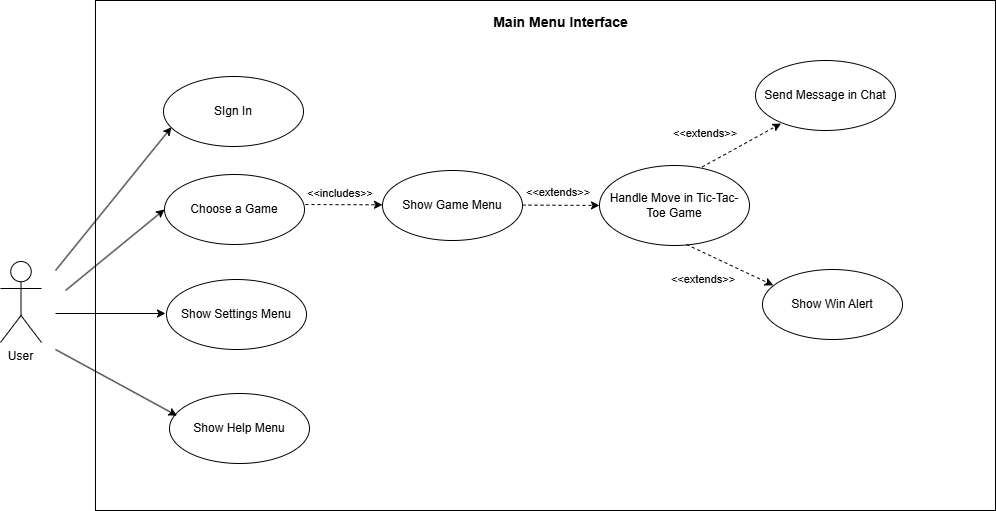
Before: GUI_use_case_diagram.png, a diagram exported from draw.io (aeMyst/Minigame-Portal). Source tidied: cells renumbered, new cells last; positions are measured from the earlier drawing's top-left corner, leaving out a move shared by most shapes. Source of this version:
```xml
<mxGraphModel>
  <root>
    <mxCell id="0" />
    <mxCell id="1" parent="0" />
    <mxCell id="2" style="rounded=0;whiteSpace=wrap;html=1;" parent="1" vertex="1">
      <mxGeometry x="95" width="900" height="510" as="geometry" />
    </mxCell>
    <mxCell id="3" value="User" style="shape=umlActor;verticalLabelPosition=bottom;verticalAlign=top;html=1;" parent="1" vertex="1">
      <mxGeometry y="261" width="41" height="81" as="geometry" />
    </mxCell>
    <mxCell id="4" value="SIgn In" style="ellipse;whiteSpace=wrap;html=1;" parent="1" vertex="1">
      <mxGeometry x="163" y="76" width="140" height="70" as="geometry" />
    </mxCell>
    <mxCell id="5" value="&lt;b&gt;&lt;font style=&quot;font-size: 14px;&quot;&gt;Main Menu Interface&lt;/font&gt;&lt;/b&gt;" style="text;html=1;align=center;verticalAlign=middle;whiteSpace=wrap;rounded=0;" parent="1" vertex="1">
      <mxGeometry x="435" y="7" width="251" height="30" as="geometry" />
    </mxCell>
    <mxCell id="6" value="Choose a Game" style="ellipse;whiteSpace=wrap;html=1;" parent="1" vertex="1">
      <mxGeometry x="164" y="174" width="140" height="70" as="geometry" />
    </mxCell>
    <mxCell id="7" value="Show Game Menu" style="ellipse;whiteSpace=wrap;html=1;" parent="1" vertex="1">
      <mxGeometry x="382" y="170" width="140" height="70" as="geometry" />
    </mxCell>
    <mxCell id="8" value="Show Settings Menu" style="ellipse;whiteSpace=wrap;html=1;" parent="1" vertex="1">
      <mxGeometry x="166" y="279" width="140" height="70" as="geometry" />
    </mxCell>
    <mxCell id="9" value="Show Help Menu" style="ellipse;whiteSpace=wrap;html=1;" parent="1" vertex="1">
      <mxGeometry x="169" y="393" width="140" height="70" as="geometry" />
    </mxCell>
    <mxCell id="10" style="endArrow=classic;html=1;rounded=0;dashed=1;entryX=0;entryY=0.5;entryDx=0;entryDy=0;" parent="1" edge="1">
      <mxGeometry relative="1" as="geometry">
        <mxPoint x="305" y="204" as="sourcePoint" />
        <mxPoint x="382" y="204.3" as="targetPoint" />
      </mxGeometry>
    </mxCell>
    <mxCell id="11" value="&lt;font style=&quot;font-size: 11px;&quot;&gt;&amp;lt;&amp;lt;includes&amp;gt;&amp;gt;&lt;/font&gt;" style="text;html=1;align=center;verticalAlign=middle;whiteSpace=wrap;rounded=0;" parent="1" vertex="1">
      <mxGeometry x="310" y="180" width="60" height="26" as="geometry" />
    </mxCell>
    <mxCell id="12" value="Handle Move in Tic-Tac-Toe Game" style="ellipse;whiteSpace=wrap;html=1;" parent="1" vertex="1">
      <mxGeometry x="599" y="165" width="150" height="80" as="geometry" />
    </mxCell>
    <mxCell id="13" value="Show Win Alert" style="ellipse;whiteSpace=wrap;html=1;" parent="1" vertex="1">
      <mxGeometry x="762" y="269" width="140" height="70" as="geometry" />
    </mxCell>
    <mxCell id="14" value="Send Message in Chat" style="ellipse;whiteSpace=wrap;html=1;" parent="1" vertex="1">
      <mxGeometry x="755" y="60" width="140" height="70" as="geometry" />
    </mxCell>
    <mxCell id="15" style="endArrow=classic;html=1;rounded=0;entryX=0.057;entryY=0.724;entryDx=0;entryDy=0;entryPerimeter=0;" parent="1" edge="1" target="4">
      <mxGeometry relative="1" as="geometry">
        <mxPoint x="55" y="270" as="sourcePoint" />
      </mxGeometry>
    </mxCell>
    <mxCell id="16" style="endArrow=classic;html=1;rounded=0;entryX=0;entryY=0.5;entryDx=0;entryDy=0;" parent="1" edge="1" target="6">
      <mxGeometry relative="1" as="geometry">
        <mxPoint x="65" y="290" as="sourcePoint" />
      </mxGeometry>
    </mxCell>
    <mxCell id="17" style="endArrow=classic;html=1;rounded=0;entryX=0;entryY=0.5;entryDx=0;entryDy=0;" parent="1" edge="1">
      <mxGeometry relative="1" as="geometry">
        <mxPoint x="55" y="313" as="sourcePoint" />
        <mxPoint x="165" y="313" as="targetPoint" />
      </mxGeometry>
    </mxCell>
    <mxCell id="18" style="endArrow=classic;html=1;rounded=0;entryX=0.054;entryY=0.317;entryDx=0;entryDy=0;entryPerimeter=0;" parent="1" edge="1" target="9">
      <mxGeometry relative="1" as="geometry">
        <mxPoint x="55" y="349" as="sourcePoint" />
      </mxGeometry>
    </mxCell>
    <mxCell id="19" style="endArrow=classic;html=1;rounded=0;dashed=1;entryX=0;entryY=0.5;entryDx=0;entryDy=0;" parent="1" edge="1">
      <mxGeometry relative="1" as="geometry">
        <mxPoint x="522" y="204.6" as="sourcePoint" />
        <mxPoint x="599" y="204.9" as="targetPoint" />
      </mxGeometry>
    </mxCell>
    <mxCell id="20" value="&lt;font style=&quot;font-size: 11px;&quot;&gt;&amp;lt;&amp;lt;extends&amp;gt;&amp;gt;&lt;/font&gt;" style="text;html=1;align=center;verticalAlign=middle;whiteSpace=wrap;rounded=0;" parent="1" vertex="1">
      <mxGeometry x="528" y="179" width="60" height="26" as="geometry" />
    </mxCell>
    <mxCell id="21" style="endArrow=classic;html=1;rounded=0;dashed=1;entryX=0.211;entryY=0.872;entryDx=0;entryDy=0;entryPerimeter=0;exitX=0.685;exitY=0.018;exitDx=0;exitDy=0;exitPerimeter=0;" parent="1" edge="1" source="12">
      <mxGeometry relative="1" as="geometry">
        <mxPoint x="780.5" y="123" as="targetPoint" />
      </mxGeometry>
    </mxCell>
    <mxCell id="22" style="endArrow=classic;html=1;rounded=0;dashed=1;entryX=0.077;entryY=0.226;entryDx=0;entryDy=0;entryPerimeter=0;exitX=0.685;exitY=0.018;exitDx=0;exitDy=0;exitPerimeter=0;" parent="1" edge="1" target="13">
      <mxGeometry relative="1" as="geometry">
        <mxPoint x="686" y="244" as="sourcePoint" />
      </mxGeometry>
    </mxCell>
    <mxCell id="23" value="&lt;font style=&quot;font-size: 11px;&quot;&gt;&amp;lt;&amp;lt;extends&amp;gt;&amp;gt;&lt;/font&gt;" style="text;html=1;align=center;verticalAlign=middle;whiteSpace=wrap;rounded=0;" parent="1" vertex="1">
      <mxGeometry x="675" y="120" width="60" height="26" as="geometry" />
    </mxCell>
    <mxCell id="24" value="&lt;font style=&quot;font-size: 11px;&quot;&gt;&amp;lt;&amp;lt;extends&amp;gt;&amp;gt;&lt;/font&gt;" style="text;html=1;align=center;verticalAlign=middle;whiteSpace=wrap;rounded=0;" parent="1" vertex="1">
      <mxGeometry x="673" y="266" width="60" height="26" as="geometry" />
    </mxCell>
  </root>
</mxGraphModel>
```
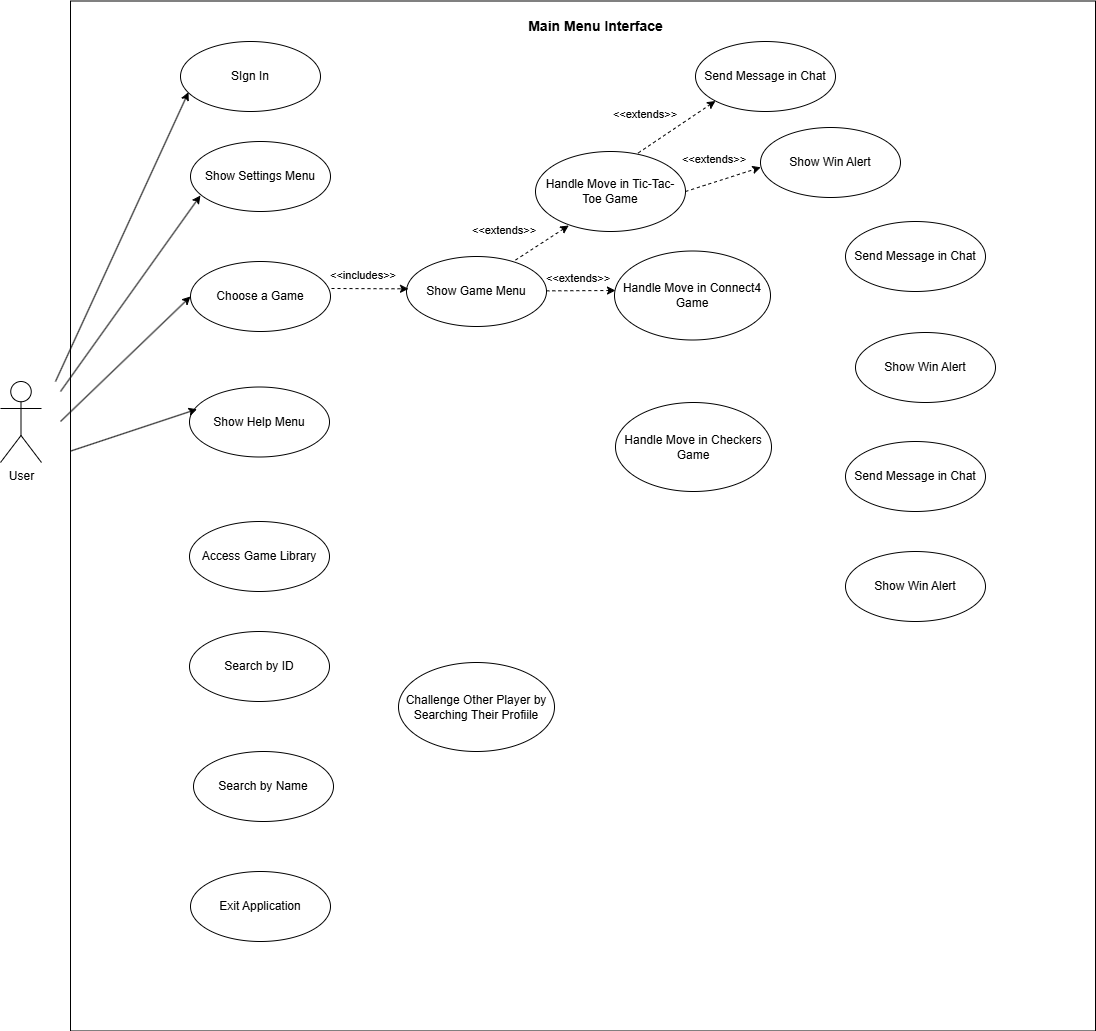
After the change.

Diff of the diagram source:
```diff
@@ -3,92 +3,128 @@
     <mxCell id="0" />
     <mxCell id="1" parent="0" />
     <mxCell id="2" style="rounded=0;whiteSpace=wrap;html=1;" parent="1" vertex="1">
-      <mxGeometry x="95" width="900" height="510" as="geometry" />
+      <mxGeometry x="285" y="-140.5" width="1025" height="1030" as="geometry" />
     </mxCell>
     <mxCell id="3" value="User" style="shape=umlActor;verticalLabelPosition=bottom;verticalAlign=top;html=1;" parent="1" vertex="1">
-      <mxGeometry y="261" width="41" height="81" as="geometry" />
+      <mxGeometry x="215" y="240" width="41" height="81" as="geometry" />
     </mxCell>
     <mxCell id="4" value="SIgn In" style="ellipse;whiteSpace=wrap;html=1;" parent="1" vertex="1">
-      <mxGeometry x="163" y="76" width="140" height="70" as="geometry" />
+      <mxGeometry x="395" y="-100" width="140" height="70" as="geometry" />
     </mxCell>
     <mxCell id="5" value="&lt;b&gt;&lt;font style=&quot;font-size: 14px;&quot;&gt;Main Menu Interface&lt;/font&gt;&lt;/b&gt;" style="text;html=1;align=center;verticalAlign=middle;whiteSpace=wrap;rounded=0;" parent="1" vertex="1">
-      <mxGeometry x="435" y="7" width="251" height="30" as="geometry" />
+      <mxGeometry x="685" y="-130" width="251" height="30" as="geometry" />
     </mxCell>
     <mxCell id="6" value="Choose a Game" style="ellipse;whiteSpace=wrap;html=1;" parent="1" vertex="1">
-      <mxGeometry x="164" y="174" width="140" height="70" as="geometry" />
+      <mxGeometry x="405" y="120" width="140" height="70" as="geometry" />
     </mxCell>
     <mxCell id="7" value="Show Game Menu" style="ellipse;whiteSpace=wrap;html=1;" parent="1" vertex="1">
-      <mxGeometry x="382" y="170" width="140" height="70" as="geometry" />
+      <mxGeometry x="621" y="115" width="140" height="70" as="geometry" />
     </mxCell>
     <mxCell id="8" value="Show Settings Menu" style="ellipse;whiteSpace=wrap;html=1;" parent="1" vertex="1">
-      <mxGeometry x="166" y="279" width="140" height="70" as="geometry" />
+      <mxGeometry x="405" width="140" height="70" as="geometry" />
     </mxCell>
     <mxCell id="9" value="Show Help Menu" style="ellipse;whiteSpace=wrap;html=1;" parent="1" vertex="1">
-      <mxGeometry x="169" y="393" width="140" height="70" as="geometry" />
+      <mxGeometry x="404" y="245.5" width="140" height="70" as="geometry" />
     </mxCell>
     <mxCell id="10" style="endArrow=classic;html=1;rounded=0;dashed=1;entryX=0;entryY=0.5;entryDx=0;entryDy=0;" parent="1" edge="1">
       <mxGeometry relative="1" as="geometry">
-        <mxPoint x="305" y="204" as="sourcePoint" />
-        <mxPoint x="382" y="204.3" as="targetPoint" />
+        <mxPoint x="546" y="147" as="sourcePoint" />
+        <mxPoint x="623" y="147.3" as="targetPoint" />
       </mxGeometry>
     </mxCell>
     <mxCell id="11" value="&lt;font style=&quot;font-size: 11px;&quot;&gt;&amp;lt;&amp;lt;includes&amp;gt;&amp;gt;&lt;/font&gt;" style="text;html=1;align=center;verticalAlign=middle;whiteSpace=wrap;rounded=0;" parent="1" vertex="1">
-      <mxGeometry x="310" y="180" width="60" height="26" as="geometry" />
+      <mxGeometry x="548" y="121" width="60" height="26" as="geometry" />
     </mxCell>
     <mxCell id="12" value="Handle Move in Tic-Tac-Toe Game" style="ellipse;whiteSpace=wrap;html=1;" parent="1" vertex="1">
-      <mxGeometry x="599" y="165" width="150" height="80" as="geometry" />
+      <mxGeometry x="750" y="10" width="150" height="80" as="geometry" />
     </mxCell>
     <mxCell id="13" value="Show Win Alert" style="ellipse;whiteSpace=wrap;html=1;" parent="1" vertex="1">
-      <mxGeometry x="762" y="269" width="140" height="70" as="geometry" />
+      <mxGeometry x="975" y="-14" width="140" height="70" as="geometry" />
     </mxCell>
     <mxCell id="14" value="Send Message in Chat" style="ellipse;whiteSpace=wrap;html=1;" parent="1" vertex="1">
-      <mxGeometry x="755" y="60" width="140" height="70" as="geometry" />
+      <mxGeometry x="910" y="-100" width="140" height="70" as="geometry" />
     </mxCell>
     <mxCell id="15" style="endArrow=classic;html=1;rounded=0;entryX=0.057;entryY=0.724;entryDx=0;entryDy=0;entryPerimeter=0;" parent="1" edge="1" target="4">
       <mxGeometry relative="1" as="geometry">
-        <mxPoint x="55" y="270" as="sourcePoint" />
+        <mxPoint x="270" y="240" as="sourcePoint" />
       </mxGeometry>
     </mxCell>
     <mxCell id="16" style="endArrow=classic;html=1;rounded=0;entryX=0;entryY=0.5;entryDx=0;entryDy=0;" parent="1" edge="1" target="6">
       <mxGeometry relative="1" as="geometry">
-        <mxPoint x="65" y="290" as="sourcePoint" />
+        <mxPoint x="275" y="280" as="sourcePoint" />
       </mxGeometry>
     </mxCell>
-    <mxCell id="17" style="endArrow=classic;html=1;rounded=0;entryX=0;entryY=0.5;entryDx=0;entryDy=0;" parent="1" edge="1">
+    <mxCell id="17" style="endArrow=classic;html=1;rounded=0;entryX=0.071;entryY=0.771;entryDx=0;entryDy=0;entryPerimeter=0;" parent="1" edge="1" target="8">
       <mxGeometry relative="1" as="geometry">
-        <mxPoint x="55" y="313" as="sourcePoint" />
-        <mxPoint x="165" y="313" as="targetPoint" />
+        <mxPoint x="275" y="250" as="sourcePoint" />
       </mxGeometry>
     </mxCell>
-    <mxCell id="18" style="endArrow=classic;html=1;rounded=0;entryX=0.054;entryY=0.317;entryDx=0;entryDy=0;entryPerimeter=0;" parent="1" edge="1" target="9">
-      <mxGeometry relative="1" as="geometry">
-        <mxPoint x="55" y="349" as="sourcePoint" />
-      </mxGeometry>
+    <mxCell id="18" style="endArrow=classic;html=1;rounded=0;entryX=0.054;entryY=0.317;entryDx=0;entryDy=0;entryPerimeter=0;exitX=0;exitY=0.437;exitDx=0;exitDy=0;exitPerimeter=0;" parent="1" edge="1" source="2" target="9">
+      <mxGeometry relative="1" as="geometry" />
     </mxCell>
-    <mxCell id="19" style="endArrow=classic;html=1;rounded=0;dashed=1;entryX=0;entryY=0.5;entryDx=0;entryDy=0;" parent="1" edge="1">
+    <mxCell id="19" style="endArrow=classic;html=1;rounded=0;dashed=1;entryX=0.222;entryY=0.925;entryDx=0;entryDy=0;entryPerimeter=0;" parent="1" edge="1" target="12">
       <mxGeometry relative="1" as="geometry">
-        <mxPoint x="522" y="204.6" as="sourcePoint" />
-        <mxPoint x="599" y="204.9" as="targetPoint" />
+        <mxPoint x="730" y="118.6" as="sourcePoint" />
       </mxGeometry>
     </mxCell>
     <mxCell id="20" value="&lt;font style=&quot;font-size: 11px;&quot;&gt;&amp;lt;&amp;lt;extends&amp;gt;&amp;gt;&lt;/font&gt;" style="text;html=1;align=center;verticalAlign=middle;whiteSpace=wrap;rounded=0;" parent="1" vertex="1">
-      <mxGeometry x="528" y="179" width="60" height="26" as="geometry" />
+      <mxGeometry x="689" y="76" width="60" height="26" as="geometry" />
     </mxCell>
-    <mxCell id="21" style="endArrow=classic;html=1;rounded=0;dashed=1;entryX=0.211;entryY=0.872;entryDx=0;entryDy=0;entryPerimeter=0;exitX=0.685;exitY=0.018;exitDx=0;exitDy=0;exitPerimeter=0;" parent="1" edge="1" source="12">
-      <mxGeometry relative="1" as="geometry">
-        <mxPoint x="780.5" y="123" as="targetPoint" />
-      </mxGeometry>
+    <mxCell id="21" style="endArrow=classic;html=1;rounded=0;dashed=1;entryX=0;entryY=1;entryDx=0;entryDy=0;exitX=0.685;exitY=0.018;exitDx=0;exitDy=0;exitPerimeter=0;" parent="1" edge="1" source="12" target="14">
+      <mxGeometry relative="1" as="geometry" />
     </mxCell>
-    <mxCell id="22" style="endArrow=classic;html=1;rounded=0;dashed=1;entryX=0.077;entryY=0.226;entryDx=0;entryDy=0;entryPerimeter=0;exitX=0.685;exitY=0.018;exitDx=0;exitDy=0;exitPerimeter=0;" parent="1" edge="1" target="13">
+    <mxCell id="22" style="endArrow=classic;html=1;rounded=0;dashed=1;entryX=0.077;entryY=0.226;entryDx=0;entryDy=0;entryPerimeter=0;exitX=1;exitY=0.5;exitDx=0;exitDy=0;" parent="1" edge="1" source="12">
       <mxGeometry relative="1" as="geometry">
-        <mxPoint x="686" y="244" as="sourcePoint" />
+        <mxPoint x="975.3" y="25.8" as="targetPoint" />
       </mxGeometry>
     </mxCell>
     <mxCell id="23" value="&lt;font style=&quot;font-size: 11px;&quot;&gt;&amp;lt;&amp;lt;extends&amp;gt;&amp;gt;&lt;/font&gt;" style="text;html=1;align=center;verticalAlign=middle;whiteSpace=wrap;rounded=0;" parent="1" vertex="1">
-      <mxGeometry x="675" y="120" width="60" height="26" as="geometry" />
+      <mxGeometry x="830" y="-40" width="60" height="26" as="geometry" />
     </mxCell>
     <mxCell id="24" value="&lt;font style=&quot;font-size: 11px;&quot;&gt;&amp;lt;&amp;lt;extends&amp;gt;&amp;gt;&lt;/font&gt;" style="text;html=1;align=center;verticalAlign=middle;whiteSpace=wrap;rounded=0;" parent="1" vertex="1">
-      <mxGeometry x="673" y="266" width="60" height="26" as="geometry" />
+      <mxGeometry x="899" y="5" width="60" height="26" as="geometry" />
     </mxCell>
+    <mxCell id="25" value="Exit Application" style="ellipse;whiteSpace=wrap;html=1;" parent="1" vertex="1">
+      <mxGeometry x="405" y="730" width="140" height="70" as="geometry" />
+    </mxCell>
+    <mxCell id="26" value="Handle Move in Connect4 Game" style="ellipse;whiteSpace=wrap;html=1;" parent="1" vertex="1">
+      <mxGeometry x="829" y="109.5" width="156" height="89" as="geometry" />
+    </mxCell>
+    <mxCell id="27" value="Handle Move in Checkers Game" style="ellipse;whiteSpace=wrap;html=1;" parent="1" vertex="1">
+      <mxGeometry x="830" y="261" width="156" height="89" as="geometry" />
+    </mxCell>
+    <mxCell id="28" value="Access Game Library" style="ellipse;whiteSpace=wrap;html=1;" parent="1" vertex="1">
+      <mxGeometry x="404" y="380" width="140" height="70" as="geometry" />
+    </mxCell>
+    <mxCell id="29" value="Challenge Other Player by Searching Their Profiile" style="ellipse;whiteSpace=wrap;html=1;" parent="1" vertex="1">
+      <mxGeometry x="613" y="521" width="156" height="89" as="geometry" />
+    </mxCell>
+    <mxCell id="30" value="Search by ID" style="ellipse;whiteSpace=wrap;html=1;" parent="1" vertex="1">
+      <mxGeometry x="404" y="490" width="140" height="70" as="geometry" />
+    </mxCell>
+    <mxCell id="31" value="Search by Name" style="ellipse;whiteSpace=wrap;html=1;" parent="1" vertex="1">
+      <mxGeometry x="408" y="610" width="140" height="70" as="geometry" />
+    </mxCell>
+    <mxCell id="32" value="Show Win Alert" style="ellipse;whiteSpace=wrap;html=1;" parent="1" vertex="1">
+      <mxGeometry x="1060" y="410" width="140" height="70" as="geometry" />
+    </mxCell>
+    <mxCell id="33" value="Show Win Alert" style="ellipse;whiteSpace=wrap;html=1;" parent="1" vertex="1">
+      <mxGeometry x="1070" y="191" width="140" height="70" as="geometry" />
+    </mxCell>
+    <mxCell id="34" style="endArrow=classic;html=1;rounded=0;dashed=1;" parent="1" edge="1">
+      <mxGeometry relative="1" as="geometry">
+        <mxPoint x="760.8" y="149.4" as="sourcePoint" />
+        <mxPoint x="830" y="149" as="targetPoint" />
+      </mxGeometry>
+    </mxCell>
+    <mxCell id="35" value="&lt;font style=&quot;font-size: 11px;&quot;&gt;&amp;lt;&amp;lt;extends&amp;gt;&amp;gt;&lt;/font&gt;" style="text;html=1;align=center;verticalAlign=middle;whiteSpace=wrap;rounded=0;" parent="1" vertex="1">
+      <mxGeometry x="763" y="124" width="60" height="26" as="geometry" />
+    </mxCell>
+    <mxCell id="36" value="Send Message in Chat" style="ellipse;whiteSpace=wrap;html=1;" parent="1" vertex="1">
+      <mxGeometry x="1060" y="80" width="140" height="70" as="geometry" />
+    </mxCell>
+    <mxCell id="37" value="Send Message in Chat" style="ellipse;whiteSpace=wrap;html=1;" parent="1" vertex="1">
+      <mxGeometry x="1060" y="300" width="140" height="70" as="geometry" />
+    </mxCell>
   </root>
 </mxGraphModel>
```
